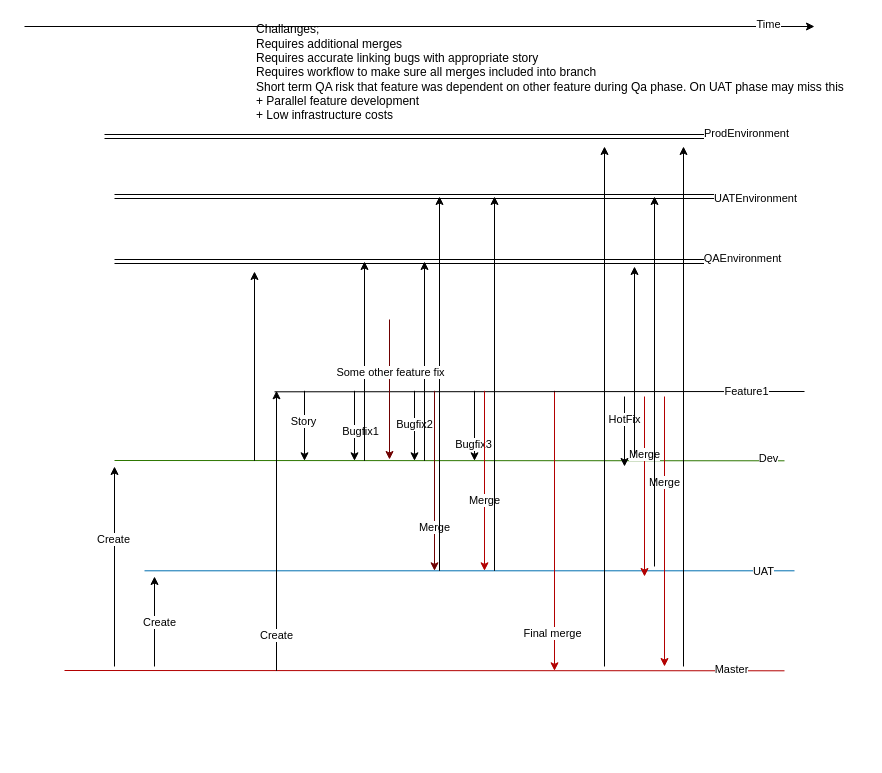
sshevchenko777/POC keeps this draw.io diagram as 1Feature.drawio. Above is the earlier version. Source tidied: cells renumbered, new cells numbered last; positions are measured from the earlier drawing's top-left corner, leaving out a move shared by most shapes. Both pictures are drawn from the tidied source at 100%, with x=0, y=0 at pixel (24, 17).
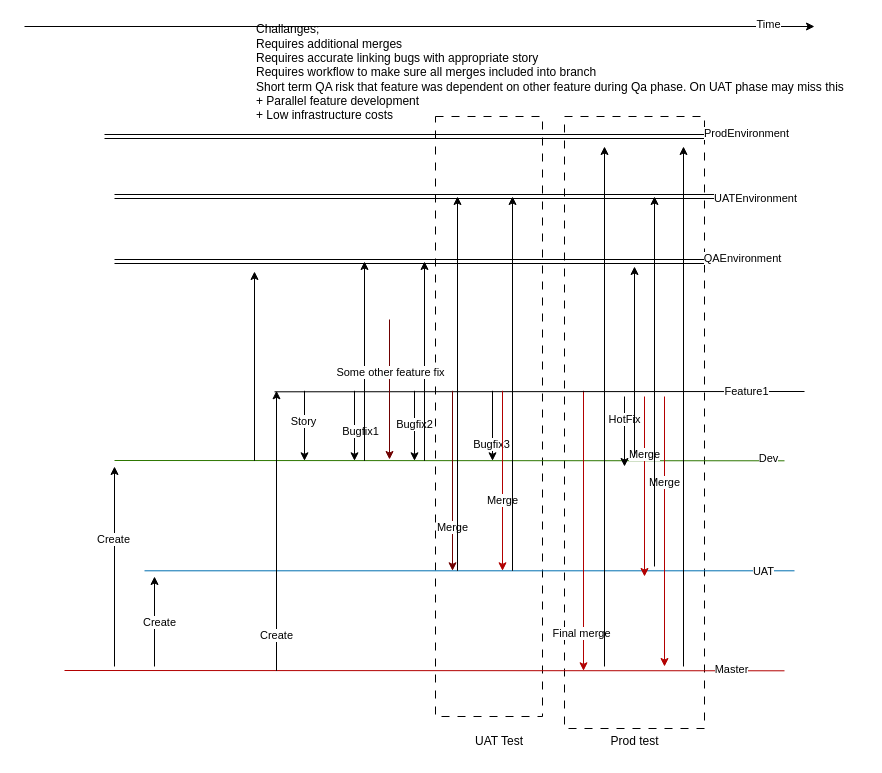
After the change.

The edit, as a diff of the source:
```diff
@@
+    <mxCell id="56" style="whiteSpace=wrap;html=1;fillStyle=auto;dashed=1;dashPattern=8 8;strokeColor=light-dark(#000000,#1F4EA9);" parent="1" vertex="1">
+      <mxGeometry x="411" y="99" width="107" height="600" as="geometry" />
+    </mxCell>
+    <mxCell id="57" style="rounded=0;whiteSpace=wrap;html=1;dashed=1;dashPattern=8 8;strokeColor=light-dark(#000000,#1F4EA9);" parent="1" vertex="1">
+      <mxGeometry x="540" y="99" width="140" height="612" as="geometry" />
+    </mxCell>
+    <mxCell id="58" value="Prod test" style="text;html=1;align=center;verticalAlign=middle;strokeColor=none;fillColor=none;" parent="1" vertex="1">
+      <mxGeometry x="575" y="709" width="70" height="30" as="geometry" />
+    </mxCell>
@@
     <mxCell id="10" style="edgeStyle=orthogonalEdgeStyle;rounded=0;orthogonalLoop=1;jettySize=auto;html=1;fillColor=#e51400;strokeColor=#B20000;" parent="1" edge="1">
       <mxGeometry relative="1" as="geometry">
-        <mxPoint x="530" y="373.3" as="sourcePoint" />
-        <mxPoint x="530" y="653.3" as="targetPoint" />
+        <mxPoint x="559" y="373.3" as="sourcePoint" />
+        <mxPoint x="559" y="653.3" as="targetPoint" />
         <Array as="points">
-          <mxPoint x="530" y="373.3" />
+          <mxPoint x="559" y="373.3" />
         </Array>
       </mxGeometry>
     </mxCell>
@@
     <mxCell id="14" style="edgeStyle=orthogonalEdgeStyle;rounded=0;orthogonalLoop=1;jettySize=auto;html=1;" parent="1" edge="1">
       <mxGeometry relative="1" as="geometry">
-        <mxPoint x="450" y="373.3" as="sourcePoint" />
-        <mxPoint x="450" y="443.3" as="targetPoint" />
+        <mxPoint x="468" y="373.3" as="sourcePoint" />
+        <mxPoint x="468" y="443.3" as="targetPoint" />
       </mxGeometry>
     </mxCell>
@@
     <mxCell id="30" style="endArrow=classic;html=1;rounded=0;fillColor=#a20025;strokeColor=#6F0000;" parent="1" edge="1">
       <mxGeometry relative="1" as="geometry">
-        <mxPoint x="410" y="373.3" as="sourcePoint" />
-        <mxPoint x="410" y="553.3" as="targetPoint" />
+        <mxPoint x="428" y="373.3" as="sourcePoint" />
+        <mxPoint x="428" y="553.3" as="targetPoint" />
       </mxGeometry>
     </mxCell>
@@
     <mxCell id="32" style="endArrow=classic;html=1;rounded=0;" parent="1" edge="1">
       <mxGeometry relative="1" as="geometry">
-        <mxPoint x="415" y="553.3" as="sourcePoint" />
-        <mxPoint x="415" y="179" as="targetPoint" />
+        <mxPoint x="433" y="553.3" as="sourcePoint" />
+        <mxPoint x="433" y="179" as="targetPoint" />
       </mxGeometry>
     </mxCell>
     <mxCell id="33" style="endArrow=classic;html=1;rounded=0;fillColor=#e51400;strokeColor=#B20000;" parent="1" edge="1">
       <mxGeometry relative="1" as="geometry">
-        <mxPoint x="460" y="373.3" as="sourcePoint" />
-        <mxPoint x="460" y="553.3" as="targetPoint" />
+        <mxPoint x="478" y="373.3" as="sourcePoint" />
+        <mxPoint x="478" y="553.3" as="targetPoint" />
       </mxGeometry>
     </mxCell>
@@
     <mxCell id="35" style="endArrow=classic;html=1;rounded=0;" parent="1" edge="1">
       <mxGeometry relative="1" as="geometry">
-        <mxPoint x="470" y="553.3" as="sourcePoint" />
-        <mxPoint x="470" y="179" as="targetPoint" />
+        <mxPoint x="488" y="553.3" as="sourcePoint" />
+        <mxPoint x="488" y="179" as="targetPoint" />
       </mxGeometry>
     </mxCell>
@@
+    <mxCell id="59" value="UAT Test" style="text;html=1;align=center;verticalAlign=middle;whiteSpace=wrap;rounded=0;" parent="1" vertex="1">
+      <mxGeometry x="445" y="709" width="60" height="30" as="geometry" />
+    </mxCell>
```
